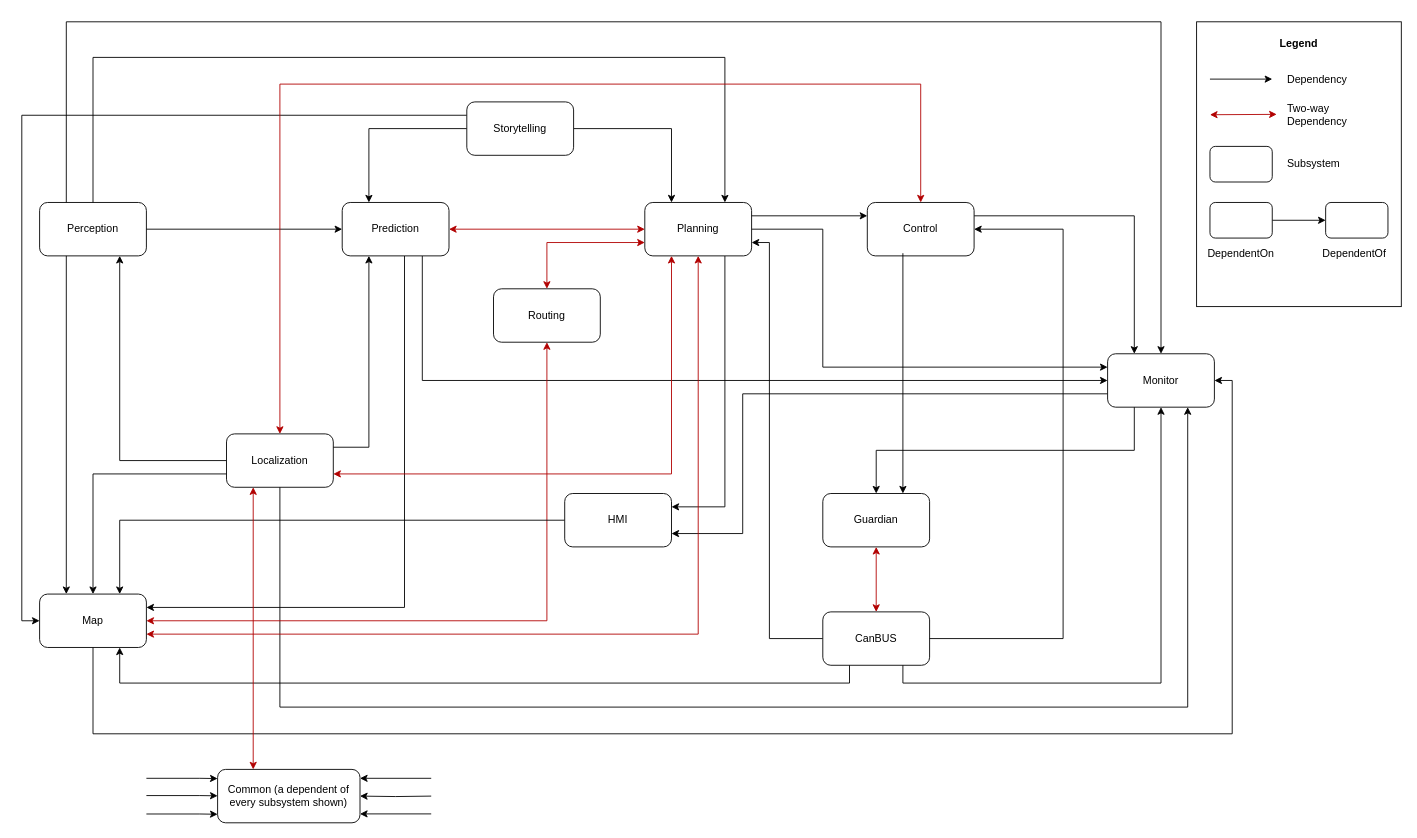
Before: 322/Copy of apollo-concerte-take2.drawio in benhonda/queens-w2022, a draw.io diagram. Source tidied: cells renumbered, new cells numbered last; positions are measured from the earlier drawing's top-left corner, leaving out a move shared by most shapes. Both pictures are drawn from the tidied source at 89%, with x=0, y=0 at pixel (39, 21).
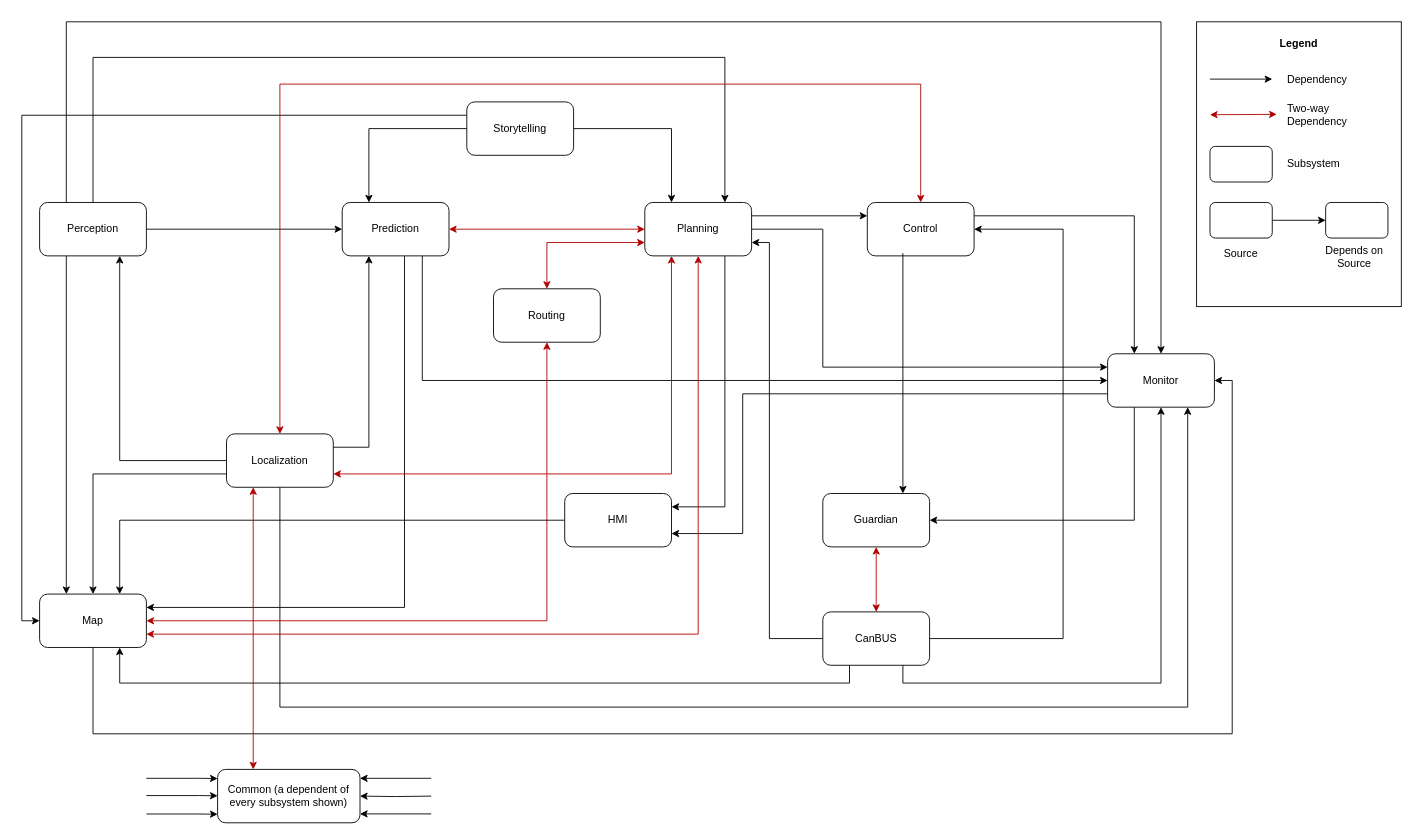
The same diagram, later.

Unchanged cells that the change refers to:
```xml
<mxCell id="32" value="Monitor" style="rounded=1;whiteSpace=wrap;html=1;" parent="1" vertex="1">
  <mxGeometry x="1200" y="373" width="120" height="60" as="geometry" />
</mxCell>
<mxCell id="37" value="Guardian" style="rounded=1;whiteSpace=wrap;html=1;" parent="1" vertex="1">
  <mxGeometry x="880" y="530" width="120" height="60" as="geometry" />
</mxCell>
```

The edit, as a diff of the source:
```diff
@@
-    <mxCell id="34" style="edgeStyle=orthogonalEdgeStyle;rounded=0;jettySize=auto;html=1;exitX=0.25;exitY=1;exitDx=0;exitDy=0;" parent="1" edge="1" source="32" target="37">
+    <mxCell id="34" style="edgeStyle=orthogonalEdgeStyle;rounded=0;jettySize=auto;html=1;exitX=0.25;exitY=1;exitDx=0;exitDy=0;entryX=1;entryY=0.5;entryDx=0;entryDy=0;" parent="1" edge="1" source="32" target="37">
       <mxGeometry relative="1" as="geometry" />
     </mxCell>
@@
-    <mxCell id="52" value="DependentOn" style="text;html=1;strokeColor=none;fillColor=none;align=center;verticalAlign=middle;whiteSpace=wrap;rounded=0;" parent="1" vertex="1">
+    <mxCell id="52" value="Source" style="text;html=1;strokeColor=none;fillColor=none;align=center;verticalAlign=middle;whiteSpace=wrap;rounded=0;" parent="1" vertex="1">
       <mxGeometry x="1320" y="246" width="60" height="30" as="geometry" />
     </mxCell>
-    <mxCell id="53" value="DependentOf" style="text;html=1;strokeColor=none;fillColor=none;align=center;verticalAlign=middle;whiteSpace=wrap;rounded=0;" parent="1" vertex="1">
-      <mxGeometry x="1440" y="246" width="75" height="30" as="geometry" />
+    <mxCell id="53" value="Depends on Source" style="text;html=1;strokeColor=none;fillColor=none;align=center;verticalAlign=middle;whiteSpace=wrap;rounded=0;" parent="1" vertex="1">
+      <mxGeometry x="1440" y="249" width="75" height="30" as="geometry" />
     </mxCell>
```
